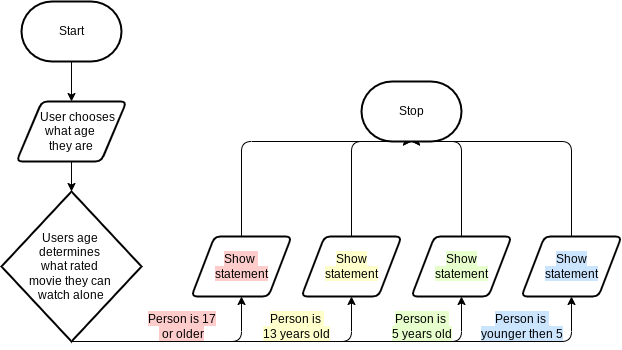
The draw.io diagram designs/flowchart.png in AvaVenturino/ICS20-Unit-5-03-JS, before a commit. Source tidied: cells renumbered, new cells last; positions are measured from the earlier drawing's top-left corner, leaving out a move shared by most shapes.
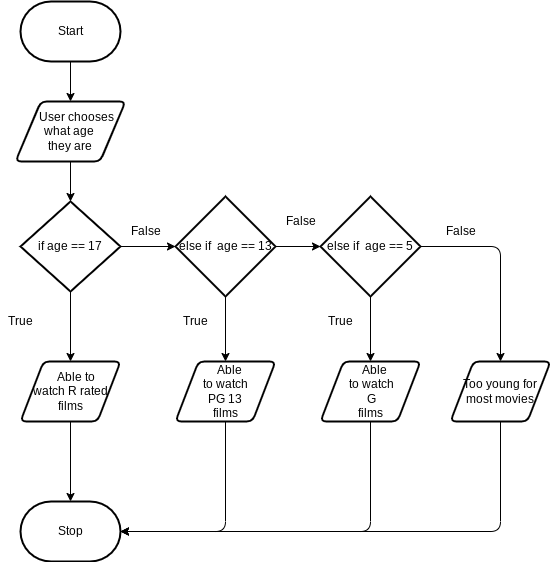
The same file after the commit.

Change to the diagram source:
```diff
@@ -14,92 +14,94 @@
     <mxCell id="5" value="&amp;nbsp; &amp;nbsp; User chooses what age &lt;br&gt;they are" style="shape=parallelogram;html=1;strokeWidth=2;perimeter=parallelogramPerimeter;whiteSpace=wrap;rounded=1;arcSize=12;size=0.23;" parent="1" vertex="1">
       <mxGeometry x="15" y="100" width="110" height="60" as="geometry" />
     </mxCell>
-    <mxCell id="6" style="edgeStyle=none;html=1;exitX=0.5;exitY=1;exitDx=0;exitDy=0;exitPerimeter=0;entryX=0.5;entryY=1;entryDx=0;entryDy=0;" parent="1" edge="1" source="10" target="12">
-      <mxGeometry relative="1" as="geometry">
-        <Array as="points">
-          <mxPoint x="240" y="340" />
-        </Array>
-      </mxGeometry>
+    <mxCell id="6" style="edgeStyle=none;html=1;entryX=0.5;entryY=0;entryDx=0;entryDy=0;" parent="1" edge="1" source="10" target="12">
+      <mxGeometry relative="1" as="geometry" />
     </mxCell>
-    <mxCell id="7" style="edgeStyle=none;html=1;entryX=0.5;entryY=1;entryDx=0;entryDy=0;exitX=0.5;exitY=1;exitDx=0;exitDy=0;exitPerimeter=0;" parent="1" edge="1" source="10" target="14">
-      <mxGeometry relative="1" as="geometry">
-        <Array as="points">
-          <mxPoint x="350" y="340" />
-        </Array>
-      </mxGeometry>
-    </mxCell>
-    <mxCell id="8" style="edgeStyle=none;html=1;entryX=0.5;entryY=1;entryDx=0;entryDy=0;exitX=0.5;exitY=1;exitDx=0;exitDy=0;exitPerimeter=0;" parent="1" edge="1" source="10" target="16">
-      <mxGeometry relative="1" as="geometry">
-        <Array as="points">
-          <mxPoint x="460" y="340" />
-        </Array>
-      </mxGeometry>
-    </mxCell>
-    <mxCell id="9" style="edgeStyle=none;html=1;entryX=0.5;entryY=1;entryDx=0;entryDy=0;exitX=0.5;exitY=1;exitDx=0;exitDy=0;exitPerimeter=0;" parent="1" edge="1" source="10" target="18">
-      <mxGeometry relative="1" as="geometry">
-        <Array as="points">
-          <mxPoint x="570" y="340" />
-        </Array>
-      </mxGeometry>
-    </mxCell>
+    <mxCell id="24" style="edgeStyle=none;html=1;entryX=0;entryY=0.5;entryDx=0;entryDy=0;entryPerimeter=0;" parent="1" edge="1" source="10" target="29">
+      <mxGeometry relative="1" as="geometry" />
+    </mxCell>
-    <mxCell id="10" value="Users age &lt;br&gt;determines &lt;br&gt;what rated &lt;br&gt;movie they can &lt;br&gt;watch alone" style="strokeWidth=2;html=1;shape=mxgraph.flowchart.decision;whiteSpace=wrap;" parent="1" vertex="1">
-      <mxGeometry y="190" width="140" height="150" as="geometry" />
+    <mxCell id="10" value="if age == 17" style="strokeWidth=2;html=1;shape=mxgraph.flowchart.decision;whiteSpace=wrap;" parent="1" vertex="1">
+      <mxGeometry x="20" y="200" width="100" height="90" as="geometry" />
     </mxCell>
-    <mxCell id="11" style="edgeStyle=none;html=1;entryX=0.5;entryY=1;entryDx=0;entryDy=0;entryPerimeter=0;" parent="1" edge="1" source="12" target="19">
-      <mxGeometry relative="1" as="geometry">
-        <Array as="points">
-          <mxPoint x="240" y="140" />
-        </Array>
-      </mxGeometry>
+    <mxCell id="11" style="edgeStyle=none;html=1;entryX=0.5;entryY=0;entryDx=0;entryDy=0;entryPerimeter=0;" parent="1" edge="1" source="12" target="19">
+      <mxGeometry relative="1" as="geometry" />
     </mxCell>
-    <mxCell id="12" value="&lt;span style=&quot;background-color: rgb(255 , 204 , 204)&quot;&gt;Show &lt;br&gt;statement&lt;/span&gt;" style="shape=parallelogram;html=1;strokeWidth=2;perimeter=parallelogramPerimeter;whiteSpace=wrap;rounded=1;arcSize=12;size=0.23;" parent="1" vertex="1">
-      <mxGeometry x="190" y="235" width="100" height="60" as="geometry" />
+    <mxCell id="12" value="&amp;nbsp; &amp;nbsp; &amp;nbsp;Able to &lt;br&gt;watch R rated films" style="shape=parallelogram;html=1;strokeWidth=2;perimeter=parallelogramPerimeter;whiteSpace=wrap;rounded=1;arcSize=12;size=0.23;" parent="1" vertex="1">
+      <mxGeometry x="20" y="360" width="100" height="60" as="geometry" />
     </mxCell>
-    <mxCell id="13" style="edgeStyle=none;html=1;" parent="1" edge="1" source="14">
-      <mxGeometry relative="1" as="geometry">
-        <mxPoint x="410" y="140" as="targetPoint" />
-        <Array as="points">
-          <mxPoint x="350" y="140" />
-        </Array>
-      </mxGeometry>
-    </mxCell>
+    <mxCell id="25" style="edgeStyle=none;html=1;" parent="1" edge="1" source="14">
+      <mxGeometry relative="1" as="geometry">
+        <mxPoint x="120" y="530" as="targetPoint" />
+        <Array as="points">
+          <mxPoint x="225" y="530" />
+        </Array>
+      </mxGeometry>
+    </mxCell>
-    <mxCell id="14" value="&lt;span style=&quot;background-color: rgb(255 , 255 , 204)&quot;&gt;Show&lt;br&gt;statement&lt;/span&gt;" style="shape=parallelogram;html=1;strokeWidth=2;perimeter=parallelogramPerimeter;whiteSpace=wrap;rounded=1;arcSize=12;size=0.23;" parent="1" vertex="1">
-      <mxGeometry x="300" y="235" width="100" height="60" as="geometry" />
+    <mxCell id="14" value="&amp;nbsp; &amp;nbsp;Able&lt;br&gt;&amp;nbsp;to watch &lt;br&gt;&amp;nbsp;PG 13 &lt;br&gt;films" style="shape=parallelogram;html=1;strokeWidth=2;perimeter=parallelogramPerimeter;whiteSpace=wrap;rounded=1;arcSize=12;size=0.23;" parent="1" vertex="1">
+      <mxGeometry x="175" y="360" width="100" height="60" as="geometry" />
     </mxCell>
-    <mxCell id="15" style="edgeStyle=none;html=1;entryX=0.5;entryY=1;entryDx=0;entryDy=0;entryPerimeter=0;" parent="1" edge="1" source="16" target="19">
+    <mxCell id="15" style="edgeStyle=none;html=1;entryX=1;entryY=0.5;entryDx=0;entryDy=0;entryPerimeter=0;" parent="1" edge="1" source="16" target="19">
       <mxGeometry relative="1" as="geometry">
         <Array as="points">
-          <mxPoint x="460" y="140" />
+          <mxPoint x="500" y="530" />
         </Array>
       </mxGeometry>
     </mxCell>
-    <mxCell id="16" value="&lt;span style=&quot;background-color: rgb(230 , 255 , 204)&quot;&gt;Show&lt;br&gt;statement&lt;/span&gt;" style="shape=parallelogram;html=1;strokeWidth=2;perimeter=parallelogramPerimeter;whiteSpace=wrap;rounded=1;arcSize=12;size=0.23;" parent="1" vertex="1">
-      <mxGeometry x="410" y="235" width="100" height="60" as="geometry" />
+    <mxCell id="16" value="Too young for most movies" style="shape=parallelogram;html=1;strokeWidth=2;perimeter=parallelogramPerimeter;whiteSpace=wrap;rounded=1;arcSize=12;size=0.23;" parent="1" vertex="1">
+      <mxGeometry x="450" y="360" width="100" height="60" as="geometry" />
     </mxCell>
-    <mxCell id="17" style="edgeStyle=none;html=1;entryX=0.5;entryY=1;entryDx=0;entryDy=0;entryPerimeter=0;" parent="1" edge="1" source="18" target="19">
+    <mxCell id="17" style="edgeStyle=none;html=1;entryX=1;entryY=0.5;entryDx=0;entryDy=0;entryPerimeter=0;" parent="1" edge="1" source="18" target="19">
       <mxGeometry relative="1" as="geometry">
         <Array as="points">
-          <mxPoint x="570" y="140" />
+          <mxPoint x="370" y="530" />
         </Array>
       </mxGeometry>
     </mxCell>
-    <mxCell id="18" value="&lt;span style=&quot;background-color: rgb(204 , 229 , 255)&quot;&gt;Show&lt;br&gt;statement&lt;/span&gt;" style="shape=parallelogram;html=1;strokeWidth=2;perimeter=parallelogramPerimeter;whiteSpace=wrap;rounded=1;arcSize=12;size=0.23;" parent="1" vertex="1">
-      <mxGeometry x="520" y="235" width="100" height="60" as="geometry" />
+    <mxCell id="18" value="&amp;nbsp; &amp;nbsp;Able&lt;br&gt;&amp;nbsp;to watch&lt;br&gt;&amp;nbsp;G&lt;br&gt;films" style="shape=parallelogram;html=1;strokeWidth=2;perimeter=parallelogramPerimeter;whiteSpace=wrap;rounded=1;arcSize=12;size=0.23;" parent="1" vertex="1">
+      <mxGeometry x="320" y="360" width="100" height="60" as="geometry" />
     </mxCell>
     <mxCell id="19" value="Stop" style="strokeWidth=2;html=1;shape=mxgraph.flowchart.terminator;whiteSpace=wrap;" parent="1" vertex="1">
-      <mxGeometry x="360" y="80" width="100" height="60" as="geometry" />
+      <mxGeometry x="20" y="500" width="100" height="60" as="geometry" />
     </mxCell>
-    <mxCell id="20" value="&lt;span style=&quot;background-color: rgb(255 , 204 , 204)&quot;&gt;Person is 17&lt;br&gt;&amp;nbsp;or older&lt;/span&gt;" style="text;html=1;align=center;verticalAlign=middle;strokeColor=none;fillColor=none;" parent="1" vertex="1">
-      <mxGeometry x="140" y="310" width="80" height="30" as="geometry" />
-    </mxCell>
-    <mxCell id="21" value="&lt;span style=&quot;background-color: rgb(255 , 255 , 204)&quot;&gt;Person is &lt;br&gt;13 years old&lt;/span&gt;" style="text;html=1;align=center;verticalAlign=middle;strokeColor=none;fillColor=none;" parent="1" vertex="1">
-      <mxGeometry x="255" y="310" width="80" height="30" as="geometry" />
-    </mxCell>
-    <mxCell id="22" value="&lt;span style=&quot;background-color: rgb(230 , 255 , 204)&quot;&gt;Person is &lt;br&gt;5 years old&lt;/span&gt;" style="text;html=1;align=center;verticalAlign=middle;strokeColor=none;fillColor=none;" parent="1" vertex="1">
-      <mxGeometry x="380" y="310" width="80" height="30" as="geometry" />
-    </mxCell>
-    <mxCell id="23" value="&lt;span style=&quot;background-color: rgb(204 , 229 , 255)&quot;&gt;Person is &lt;br&gt;younger then 5&lt;/span&gt;" style="text;html=1;align=center;verticalAlign=middle;strokeColor=none;fillColor=none;" parent="1" vertex="1">
-      <mxGeometry x="470" y="310" width="100" height="30" as="geometry" />
+    <mxCell id="23" value="False" style="text;html=1;align=center;verticalAlign=middle;strokeColor=none;fillColor=none;" parent="1" vertex="1">
+      <mxGeometry x="120" y="220" width="50" height="20" as="geometry" />
     </mxCell>
+    <mxCell id="26" value="True" style="text;html=1;align=center;verticalAlign=middle;strokeColor=none;fillColor=none;" parent="1" vertex="1">
+      <mxGeometry y="310" width="40" height="20" as="geometry" />
+    </mxCell>
+    <mxCell id="27" style="edgeStyle=none;html=1;entryX=0;entryY=0.5;entryDx=0;entryDy=0;entryPerimeter=0;" parent="1" edge="1" source="29" target="32">
+      <mxGeometry relative="1" as="geometry" />
+    </mxCell>
+    <mxCell id="28" style="edgeStyle=none;html=1;entryX=0.5;entryY=0;entryDx=0;entryDy=0;" parent="1" edge="1" source="29" target="14">
+      <mxGeometry relative="1" as="geometry" />
+    </mxCell>
+    <mxCell id="29" value="else if&amp;nbsp; age == 13" style="strokeWidth=2;html=1;shape=mxgraph.flowchart.decision;whiteSpace=wrap;" parent="1" vertex="1">
+      <mxGeometry x="175" y="195" width="100" height="100" as="geometry" />
+    </mxCell>
+    <mxCell id="30" style="edgeStyle=none;html=1;exitX=1;exitY=0.5;exitDx=0;exitDy=0;exitPerimeter=0;entryX=0.5;entryY=0;entryDx=0;entryDy=0;" parent="1" edge="1" source="32" target="16">
+      <mxGeometry relative="1" as="geometry">
+        <Array as="points">
+          <mxPoint x="500" y="245" />
+        </Array>
+      </mxGeometry>
+    </mxCell>
+    <mxCell id="31" style="edgeStyle=none;html=1;" parent="1" edge="1" source="32" target="18">
+      <mxGeometry relative="1" as="geometry" />
+    </mxCell>
+    <mxCell id="32" value="else if&amp;nbsp; age == 5" style="strokeWidth=2;html=1;shape=mxgraph.flowchart.decision;whiteSpace=wrap;" parent="1" vertex="1">
+      <mxGeometry x="320" y="195" width="100" height="100" as="geometry" />
+    </mxCell>
+    <mxCell id="33" value="False" style="text;html=1;align=center;verticalAlign=middle;strokeColor=none;fillColor=none;" parent="1" vertex="1">
+      <mxGeometry x="275" y="210" width="50" height="20" as="geometry" />
+    </mxCell>
+    <mxCell id="34" value="False" style="text;html=1;align=center;verticalAlign=middle;strokeColor=none;fillColor=none;" parent="1" vertex="1">
+      <mxGeometry x="435" y="220" width="50" height="20" as="geometry" />
+    </mxCell>
+    <mxCell id="35" value="True" style="text;html=1;align=center;verticalAlign=middle;strokeColor=none;fillColor=none;" parent="1" vertex="1">
+      <mxGeometry x="175" y="310" width="40" height="20" as="geometry" />
+    </mxCell>
+    <mxCell id="36" value="True" style="text;html=1;align=center;verticalAlign=middle;strokeColor=none;fillColor=none;" parent="1" vertex="1">
+      <mxGeometry x="320" y="310" width="40" height="20" as="geometry" />
+    </mxCell>
   </root>
 </mxGraphModel>
```
